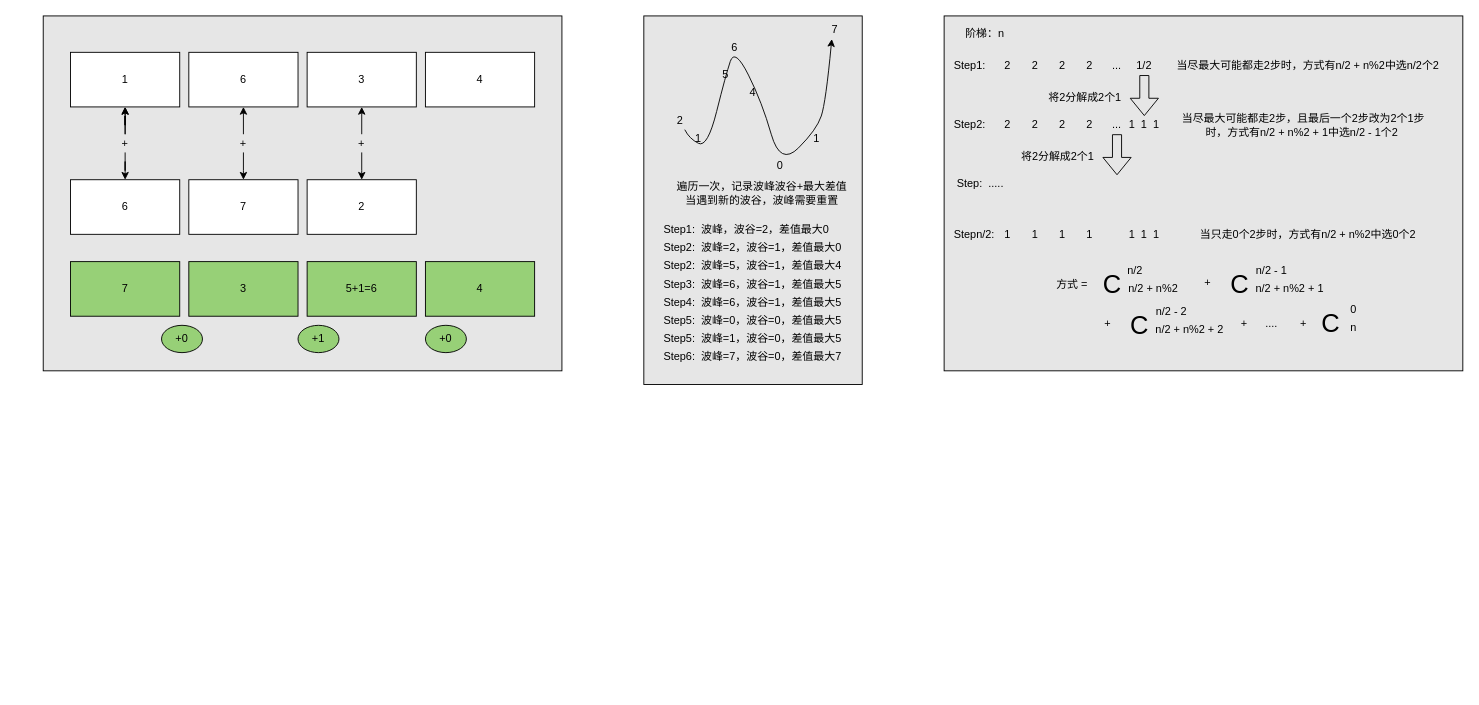
This is algorithm.drawio from luodongseu/diagrams, a draw.io file, before an edit. Source tidied: cells renumbered, new cells numbered last; positions are measured from the earlier drawing's top-left corner, leaving out a move shared by most shapes. Both pictures are drawn from the tidied source at 91%, with x=0, y=0 at pixel (43, 15).
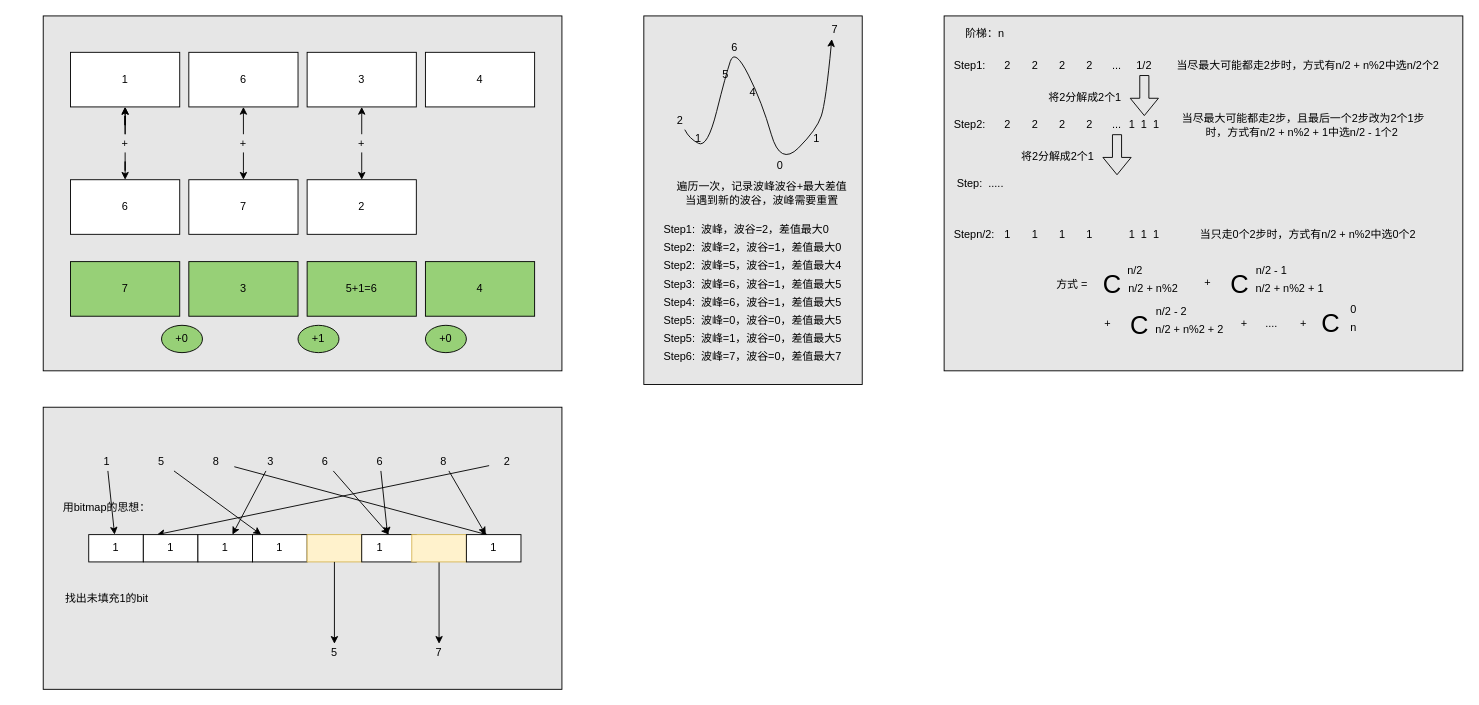
After the change.

What changed in the source:
```diff
@@
+    <mxCell id="94" style="rounded=0;whiteSpace=wrap;html=1;fillColor=#E6E6E6;" parent="1" vertex="1">
+      <mxGeometry y="430" width="570" height="310" as="geometry" />
+    </mxCell>
+    <mxCell id="95" style="rounded=0;jettySize=auto;html=1;" parent="1" edge="1" source="96" target="112">
+      <mxGeometry relative="1" as="geometry" />
+    </mxCell>
+    <mxCell id="96" value="1" style="text;html=1;strokeColor=none;fillColor=none;align=center;verticalAlign=middle;whiteSpace=wrap;rounded=0;" parent="1" vertex="1">
+      <mxGeometry x="50" y="480" width="40" height="20" as="geometry" />
+    </mxCell>
+    <mxCell id="97" style="rounded=0;jettySize=auto;html=1;" parent="1" edge="1" source="98" target="115">
+      <mxGeometry relative="1" as="geometry" />
+    </mxCell>
+    <mxCell id="98" value="5" style="text;html=1;strokeColor=none;fillColor=none;align=center;verticalAlign=middle;whiteSpace=wrap;rounded=0;" parent="1" vertex="1">
+      <mxGeometry x="110" y="480" width="40" height="20" as="geometry" />
+    </mxCell>
+    <mxCell id="99" style="edgeStyle=none;rounded=0;jettySize=auto;html=1;entryX=0.395;entryY=0.013;entryDx=0;entryDy=0;entryPerimeter=0;" parent="1" edge="1" source="100" target="120">
+      <mxGeometry relative="1" as="geometry" />
+    </mxCell>
+    <mxCell id="100" value="8" style="text;html=1;strokeColor=none;fillColor=none;align=center;verticalAlign=middle;whiteSpace=wrap;rounded=0;" parent="1" vertex="1">
+      <mxGeometry x="170" y="480" width="40" height="20" as="geometry" />
+    </mxCell>
+    <mxCell id="101" style="edgeStyle=none;rounded=0;jettySize=auto;html=1;" parent="1" edge="1" source="102" target="114">
+      <mxGeometry relative="1" as="geometry" />
+    </mxCell>
+    <mxCell id="102" value="3" style="text;html=1;strokeColor=none;fillColor=none;align=center;verticalAlign=middle;whiteSpace=wrap;rounded=0;" parent="1" vertex="1">
+      <mxGeometry x="230" y="480" width="40" height="20" as="geometry" />
+    </mxCell>
+    <mxCell id="103" style="edgeStyle=none;rounded=0;jettySize=auto;html=1;entryX=0.5;entryY=0;entryDx=0;entryDy=0;" parent="1" edge="1" source="104" target="117">
+      <mxGeometry relative="1" as="geometry" />
+    </mxCell>
+    <mxCell id="104" value="6" style="text;html=1;strokeColor=none;fillColor=none;align=center;verticalAlign=middle;whiteSpace=wrap;rounded=0;" parent="1" vertex="1">
+      <mxGeometry x="290" y="480" width="40" height="20" as="geometry" />
+    </mxCell>
+    <mxCell id="105" style="edgeStyle=none;rounded=0;jettySize=auto;html=1;" parent="1" edge="1" source="106" target="117">
+      <mxGeometry relative="1" as="geometry" />
+    </mxCell>
+    <mxCell id="106" value="6" style="text;html=1;strokeColor=none;fillColor=none;align=center;verticalAlign=middle;whiteSpace=wrap;rounded=0;" parent="1" vertex="1">
+      <mxGeometry x="350" y="480" width="40" height="20" as="geometry" />
+    </mxCell>
+    <mxCell id="107" style="edgeStyle=none;rounded=0;jettySize=auto;html=1;" parent="1" edge="1" source="108" target="120">
+      <mxGeometry relative="1" as="geometry" />
+    </mxCell>
+    <mxCell id="108" value="8" style="text;html=1;strokeColor=none;fillColor=none;align=center;verticalAlign=middle;whiteSpace=wrap;rounded=0;" parent="1" vertex="1">
+      <mxGeometry x="420" y="480" width="40" height="20" as="geometry" />
+    </mxCell>
+    <mxCell id="109" style="edgeStyle=none;rounded=0;jettySize=auto;html=1;entryX=0.25;entryY=0;entryDx=0;entryDy=0;" parent="1" edge="1" source="110" target="113">
+      <mxGeometry relative="1" as="geometry" />
+    </mxCell>
+    <mxCell id="110" value="2" style="text;html=1;strokeColor=none;fillColor=none;align=center;verticalAlign=middle;whiteSpace=wrap;rounded=0;" parent="1" vertex="1">
+      <mxGeometry x="490" y="480" width="40" height="20" as="geometry" />
+    </mxCell>
+    <mxCell id="111" value="用bitmap的思想：" style="text;html=1;strokeColor=none;fillColor=none;align=center;verticalAlign=middle;whiteSpace=wrap;rounded=0;" parent="1" vertex="1">
+      <mxGeometry x="-30" y="530" width="200" height="20" as="geometry" />
+    </mxCell>
+    <mxCell id="112" style="rounded=0;whiteSpace=wrap;html=1;" parent="1" vertex="1">
+      <mxGeometry x="50" y="570" width="60" height="30" as="geometry" />
+    </mxCell>
+    <mxCell id="113" style="rounded=0;whiteSpace=wrap;html=1;" parent="1" vertex="1">
+      <mxGeometry x="110" y="570" width="60" height="30" as="geometry" />
+    </mxCell>
+    <mxCell id="114" style="rounded=0;whiteSpace=wrap;html=1;" parent="1" vertex="1">
+      <mxGeometry x="170" y="570" width="60" height="30" as="geometry" />
+    </mxCell>
+    <mxCell id="115" style="rounded=0;whiteSpace=wrap;html=1;" parent="1" vertex="1">
+      <mxGeometry x="230" y="570" width="60" height="30" as="geometry" />
+    </mxCell>
+    <mxCell id="116" style="rounded=0;whiteSpace=wrap;html=1;fillColor=#fff2cc;strokeColor=#d6b656;" parent="1" vertex="1">
+      <mxGeometry x="290" y="570" width="60" height="30" as="geometry" />
+    </mxCell>
+    <mxCell id="117" style="rounded=0;whiteSpace=wrap;html=1;" parent="1" vertex="1">
+      <mxGeometry x="350" y="570" width="60" height="30" as="geometry" />
+    </mxCell>
+    <mxCell id="118" style="edgeStyle=none;rounded=0;jettySize=auto;html=1;" parent="1" edge="1" source="119" target="129">
+      <mxGeometry relative="1" as="geometry" />
+    </mxCell>
+    <mxCell id="119" style="rounded=0;whiteSpace=wrap;html=1;fillColor=#fff2cc;strokeColor=#d6b656;" parent="1" vertex="1">
+      <mxGeometry x="405" y="570" width="60" height="30" as="geometry" />
+    </mxCell>
+    <mxCell id="120" style="rounded=0;whiteSpace=wrap;html=1;" parent="1" vertex="1">
+      <mxGeometry x="465" y="570" width="60" height="30" as="geometry" />
+    </mxCell>
+    <mxCell id="121" value="1" style="text;html=1;strokeColor=none;fillColor=none;align=center;verticalAlign=middle;whiteSpace=wrap;rounded=0;" parent="1" vertex="1">
+      <mxGeometry x="60" y="575" width="40" height="20" as="geometry" />
+    </mxCell>
+    <mxCell id="122" value="1" style="text;html=1;strokeColor=none;fillColor=none;align=center;verticalAlign=middle;whiteSpace=wrap;rounded=0;" parent="1" vertex="1">
+      <mxGeometry x="120" y="575" width="40" height="20" as="geometry" />
+    </mxCell>
+    <mxCell id="123" value="1" style="text;html=1;strokeColor=none;fillColor=none;align=center;verticalAlign=middle;whiteSpace=wrap;rounded=0;" parent="1" vertex="1">
+      <mxGeometry x="180" y="575" width="40" height="20" as="geometry" />
+    </mxCell>
+    <mxCell id="124" value="1" style="text;html=1;strokeColor=none;fillColor=none;align=center;verticalAlign=middle;whiteSpace=wrap;rounded=0;" parent="1" vertex="1">
+      <mxGeometry x="240" y="575" width="40" height="20" as="geometry" />
+    </mxCell>
+    <mxCell id="125" value="1" style="text;html=1;strokeColor=none;fillColor=none;align=center;verticalAlign=middle;whiteSpace=wrap;rounded=0;" parent="1" vertex="1">
+      <mxGeometry x="350" y="575" width="40" height="20" as="geometry" />
+    </mxCell>
+    <mxCell id="126" value="1" style="text;html=1;strokeColor=none;fillColor=none;align=center;verticalAlign=middle;whiteSpace=wrap;rounded=0;" parent="1" vertex="1">
+      <mxGeometry x="475" y="575" width="40" height="20" as="geometry" />
+    </mxCell>
+    <mxCell id="127" value="找出未填充1的bit" style="text;html=1;strokeColor=none;fillColor=none;align=center;verticalAlign=middle;whiteSpace=wrap;rounded=0;" parent="1" vertex="1">
+      <mxGeometry x="5" y="630" width="130" height="20" as="geometry" />
+    </mxCell>
+    <mxCell id="128" value="5" style="text;html=1;strokeColor=none;fillColor=none;align=center;verticalAlign=middle;whiteSpace=wrap;rounded=0;" parent="1" vertex="1">
+      <mxGeometry x="300" y="690" width="40" height="20" as="geometry" />
+    </mxCell>
+    <mxCell id="129" value="7" style="text;html=1;strokeColor=none;fillColor=none;align=center;verticalAlign=middle;whiteSpace=wrap;rounded=0;" parent="1" vertex="1">
+      <mxGeometry x="415" y="690" width="40" height="20" as="geometry" />
+    </mxCell>
+    <mxCell id="130" style="endArrow=classic;html=1;exitX=0.5;exitY=1;exitDx=0;exitDy=0;entryX=0.5;entryY=0;entryDx=0;entryDy=0;" parent="1" edge="1" source="116" target="128">
+      <mxGeometry relative="1" as="geometry" />
+    </mxCell>
```
